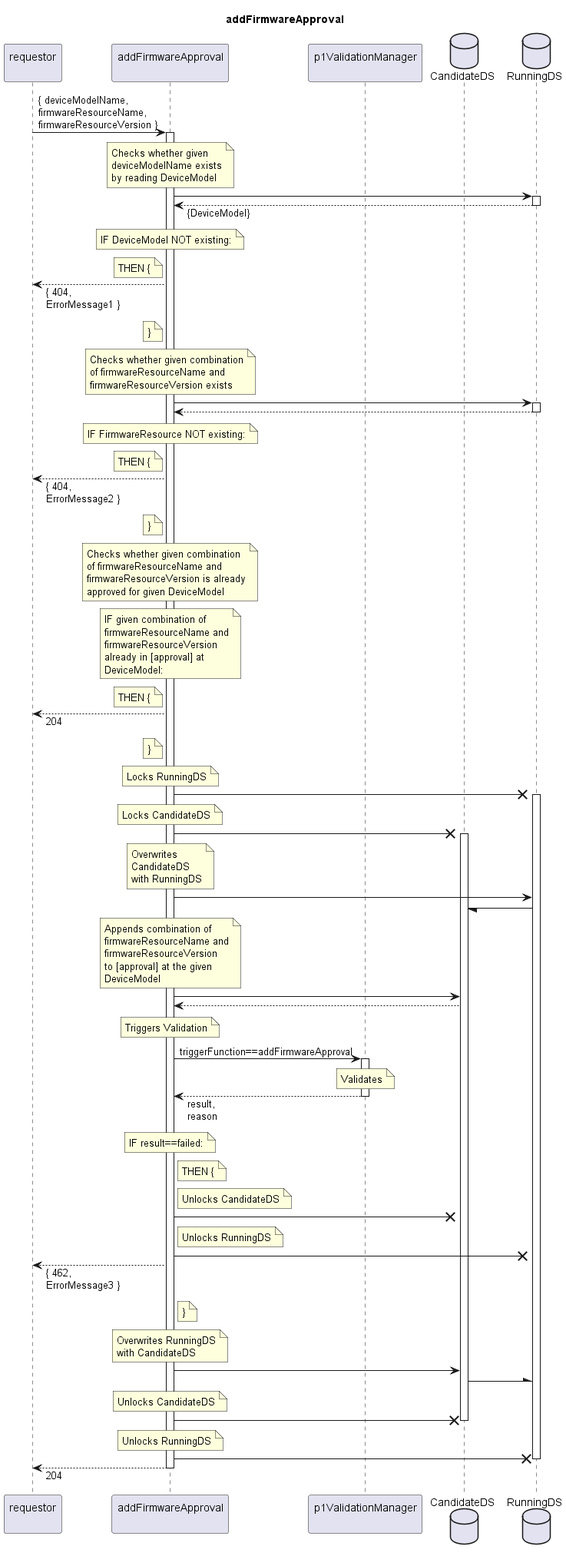
Earlier version of the PlantUML export spec/Services/addFirmwareApproval/1.0.0/addFirmwareApproval.png (openBackhaul/FirmWareManager).
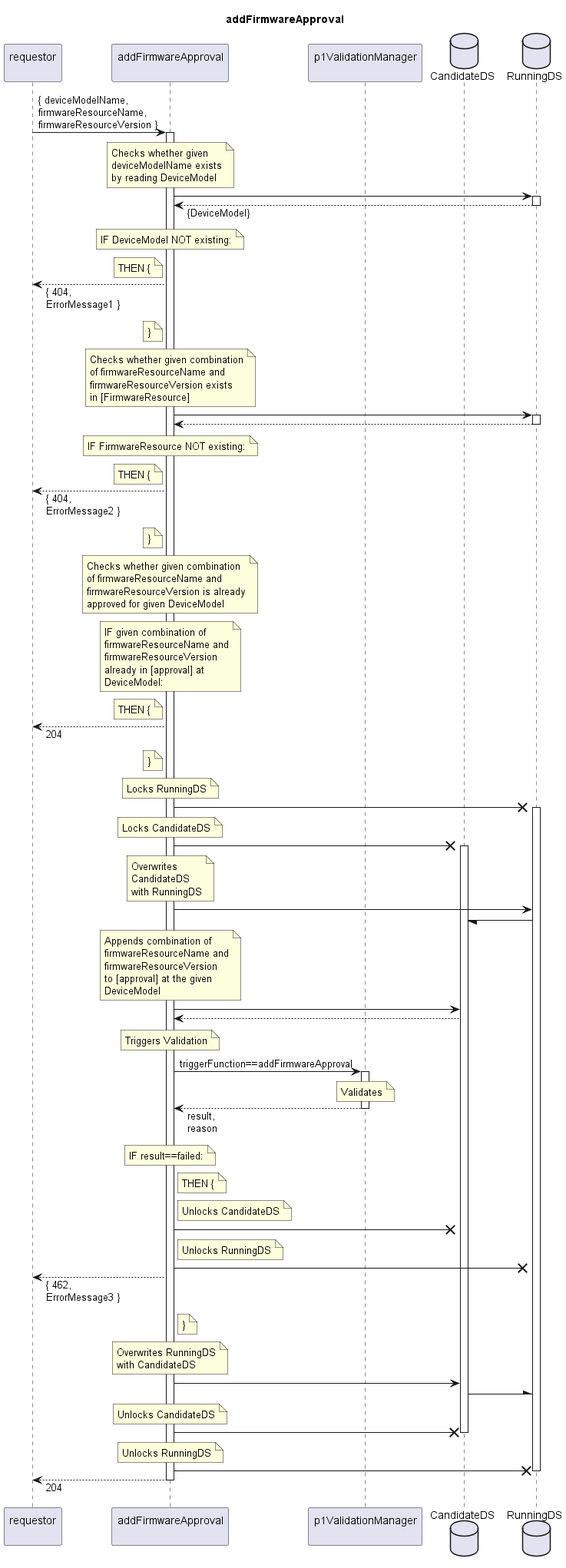
After the commit.

Diff of the diagram source:
```diff
@@ -38,6 +38,7 @@
     Checks whether given combination
     of firmwareResourceName and
     firmwareResourceVersion exists
+    in [FirmwareResource]
   end note
   indServ -> RunDS
   activate RunDS
```
